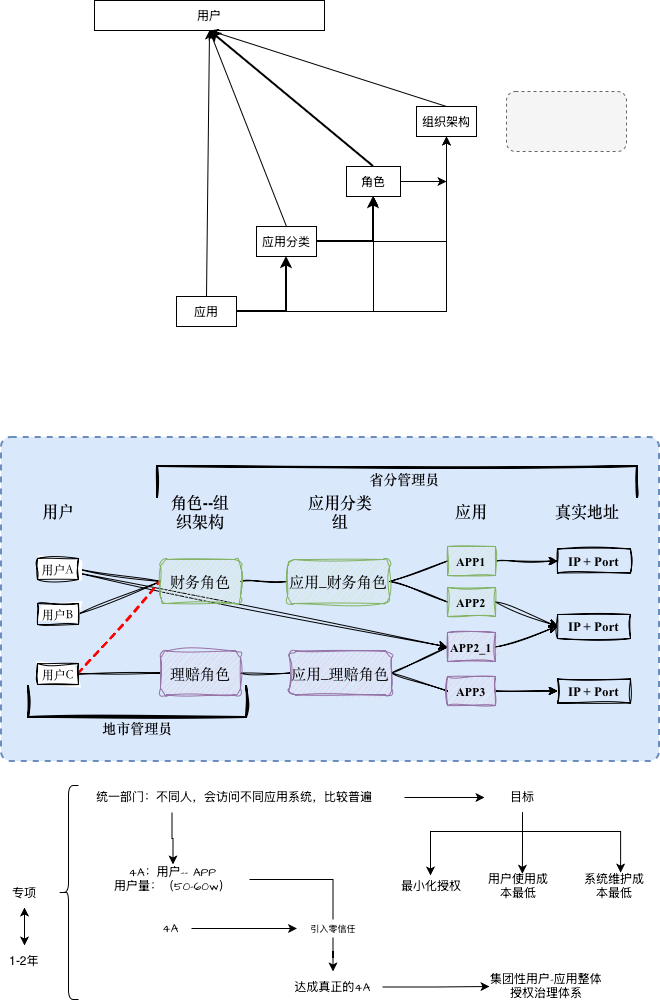
Above: Authorization logic and system design goals based on zero trust.drawio.png in skillre/diagrams_P (draw.io), before the change. Source tidied: cells renumbered, new cells last; positions are measured from the earlier drawing's top-left corner, leaving out a move shared by most shapes.
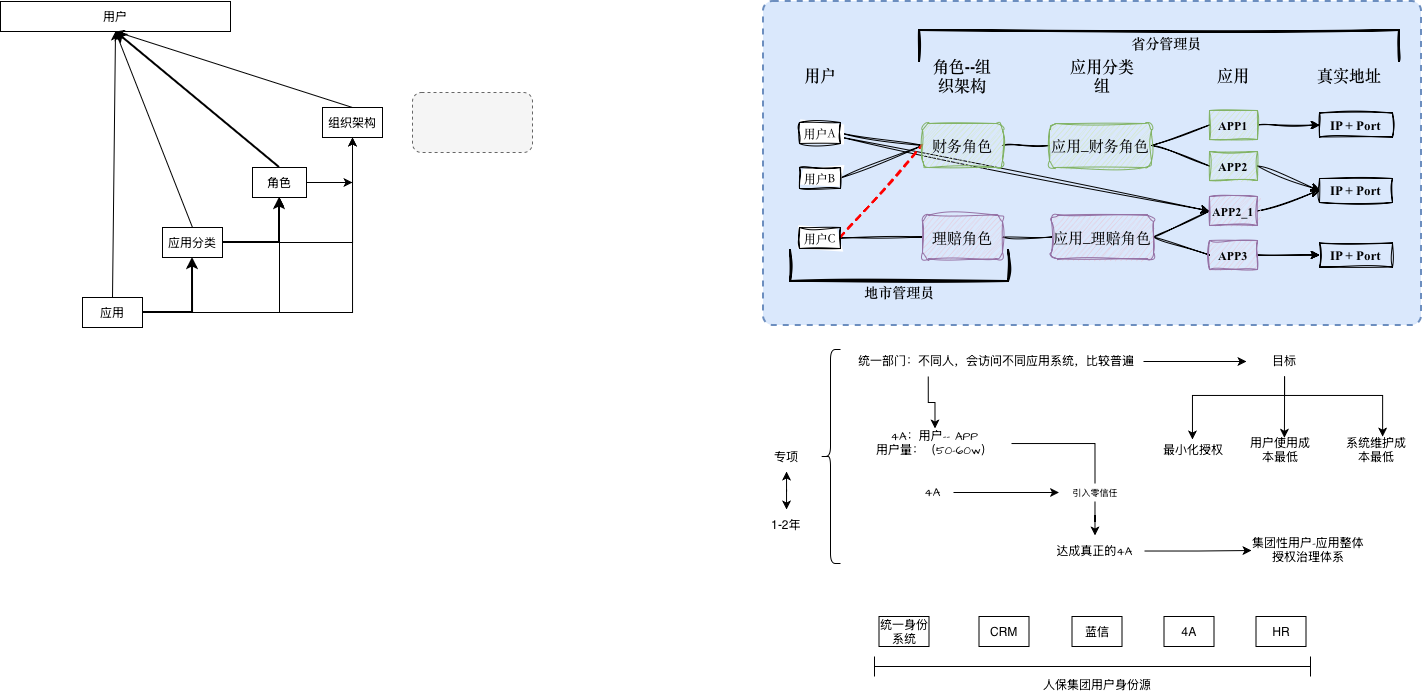
After the commit.

Diff of the diagram source:
```diff
@@ -3,7 +3,7 @@
     <mxCell id="0" />
     <mxCell id="1" parent="0" />
     <mxCell id="2" style="rounded=1;whiteSpace=wrap;html=1;dashed=1;fillColor=#f5f5f5;strokeColor=#666666;fontColor=#333333;" parent="1" vertex="1">
-      <mxGeometry x="505" y="91" width="120" height="60" as="geometry" />
+      <mxGeometry x="-351" y="528" width="120" height="60" as="geometry" />
     </mxCell>
     <mxCell id="3" style="rounded=1;whiteSpace=wrap;html=1;dashed=1;strokeWidth=2;fillColor=#dae8fc;strokeColor=#6c8ebf;arcSize=3;" parent="1" vertex="1">
       <mxGeometry y="437" width="658" height="324" as="geometry" />
@@ -126,34 +126,34 @@
       <mxGeometry x="365.5" y="31" width="74.5" height="19" as="geometry" />
     </mxCell>
     <mxCell id="43" value="应用" style="rounded=0;whiteSpace=wrap;html=1;" parent="1" vertex="1">
-      <mxGeometry x="175" y="296" width="60" height="30" as="geometry" />
+      <mxGeometry x="-681" y="733" width="60" height="30" as="geometry" />
     </mxCell>
     <mxCell id="44" value="应用分类" style="rounded=0;whiteSpace=wrap;html=1;" parent="1" vertex="1">
-      <mxGeometry x="255" y="226" width="60" height="30" as="geometry" />
+      <mxGeometry x="-601" y="663" width="60" height="30" as="geometry" />
     </mxCell>
     <mxCell id="45" style="endArrow=classic;html=1;rounded=0;entryX=0.5;entryY=1;entryDx=0;entryDy=0;edgeStyle=orthogonalEdgeStyle;exitX=1;exitY=0.5;exitDx=0;exitDy=0;strokeWidth=2;" parent="1" edge="1" source="43" target="44">
       <mxGeometry relative="1" as="geometry" />
     </mxCell>
     <mxCell id="46" value="角色" style="rounded=0;whiteSpace=wrap;html=1;" parent="1" vertex="1">
-      <mxGeometry x="345" y="166" width="54" height="30" as="geometry" />
+      <mxGeometry x="-511" y="603" width="54" height="30" as="geometry" />
     </mxCell>
     <mxCell id="47" style="endArrow=classic;html=1;rounded=0;exitX=1;exitY=0.5;exitDx=0;exitDy=0;edgeStyle=orthogonalEdgeStyle;entryX=0.5;entryY=1;entryDx=0;entryDy=0;" parent="1" edge="1" source="44" target="46">
       <mxGeometry relative="1" as="geometry" />
     </mxCell>
     <mxCell id="48" value="组织架构" style="rounded=0;whiteSpace=wrap;html=1;" parent="1" vertex="1">
-      <mxGeometry x="415" y="106" width="60" height="30" as="geometry" />
+      <mxGeometry x="-441" y="543" width="60" height="30" as="geometry" />
     </mxCell>
     <mxCell id="49" style="endArrow=classic;html=1;rounded=0;exitX=1;exitY=0.5;exitDx=0;exitDy=0;" parent="1" edge="1" source="46">
       <mxGeometry relative="1" as="geometry">
-        <mxPoint x="445" y="181" as="targetPoint" />
+        <mxPoint x="-411" y="618" as="targetPoint" />
       </mxGeometry>
     </mxCell>
     <mxCell id="50" value="用户" style="rounded=0;whiteSpace=wrap;html=1;" parent="1" vertex="1">
-      <mxGeometry x="93" width="230" height="30" as="geometry" />
+      <mxGeometry x="-763" y="437" width="230" height="30" as="geometry" />
     </mxCell>
     <mxCell id="51" style="endArrow=classic;html=1;rounded=0;entryX=0.5;entryY=1;entryDx=0;entryDy=0;" parent="1" edge="1" target="50">
       <mxGeometry relative="1" as="geometry">
-        <mxPoint x="205" y="296" as="sourcePoint" />
+        <mxPoint x="-651" y="733" as="sourcePoint" />
       </mxGeometry>
     </mxCell>
     <mxCell id="52" style="endArrow=classic;html=1;rounded=0;exitX=0.5;exitY=0;exitDx=0;exitDy=0;entryX=0.5;entryY=1;entryDx=0;entryDy=0;" parent="1" edge="1" source="44" target="50">
@@ -184,7 +184,7 @@
       <mxGeometry relative="1" as="geometry" />
     </mxCell>
     <mxCell id="61" value="统一部门：不同人，会访问不同应用系统，比较普遍" style="text;html=1;whiteSpace=wrap;strokeColor=none;fillColor=none;align=left;verticalAlign=middle;rounded=0;fontFamily=Architects Daughter;fontSource=https%3A%2F%2Ffonts.googleapis.com%2Fcss%3Ffamily%3DArchitects%2BDaughter;" parent="1" vertex="1">
-      <mxGeometry x="93" y="782" width="310" height="30" as="geometry" />
+      <mxGeometry x="93" y="782" width="287" height="30" as="geometry" />
     </mxCell>
     <mxCell id="62" style="edgeStyle=orthogonalEdgeStyle;rounded=0;jettySize=auto;html=1;flowAnimation=0;" parent="1" edge="1" source="63" target="66">
       <mxGeometry relative="1" as="geometry">
@@ -260,5 +260,26 @@
     <mxCell id="81" value="1-2年" style="text;html=1;whiteSpace=wrap;strokeColor=none;fillColor=none;align=center;verticalAlign=middle;rounded=0;" parent="1" vertex="1">
       <mxGeometry y="945" width="46" height="30" as="geometry" />
     </mxCell>
+    <mxCell id="82" value="4A" style="text;html=1;whiteSpace=wrap;strokeColor=default;fillColor=none;align=center;verticalAlign=middle;rounded=0;" parent="1" vertex="1">
+      <mxGeometry x="400.5" y="1052" width="50" height="30" as="geometry" />
+    </mxCell>
+    <mxCell id="83" value="HR" style="text;html=1;whiteSpace=wrap;strokeColor=default;fillColor=none;align=center;verticalAlign=middle;rounded=0;" parent="1" vertex="1">
+      <mxGeometry x="492.5" y="1052" width="50" height="30" as="geometry" />
+    </mxCell>
+    <mxCell id="84" value="蓝信" style="text;html=1;whiteSpace=wrap;strokeColor=default;fillColor=none;align=center;verticalAlign=middle;rounded=0;" parent="1" vertex="1">
+      <mxGeometry x="308.5" y="1052" width="50" height="30" as="geometry" />
+    </mxCell>
+    <mxCell id="85" value="CRM" style="text;html=1;whiteSpace=wrap;strokeColor=default;fillColor=none;align=center;verticalAlign=middle;rounded=0;" parent="1" vertex="1">
+      <mxGeometry x="215.5" y="1052" width="50" height="30" as="geometry" />
+    </mxCell>
+    <mxCell id="86" value="统一身份系统" style="text;html=1;whiteSpace=wrap;strokeColor=default;fillColor=none;align=center;verticalAlign=middle;rounded=0;" parent="1" vertex="1">
+      <mxGeometry x="115.5" y="1052" width="50" height="30" as="geometry" />
+    </mxCell>
+    <mxCell id="87" style="shape=crossbar;whiteSpace=wrap;html=1;rounded=1;" parent="1" vertex="1">
+      <mxGeometry x="111" y="1092" width="436" height="20" as="geometry" />
+    </mxCell>
+    <mxCell id="88" value="人保集团用户身份源" style="text;html=1;whiteSpace=wrap;strokeColor=none;fillColor=none;align=center;verticalAlign=middle;rounded=0;" parent="1" vertex="1">
+      <mxGeometry x="249.5" y="1105" width="168" height="30" as="geometry" />
+    </mxCell>
   </root>
 </mxGraphModel>
```
